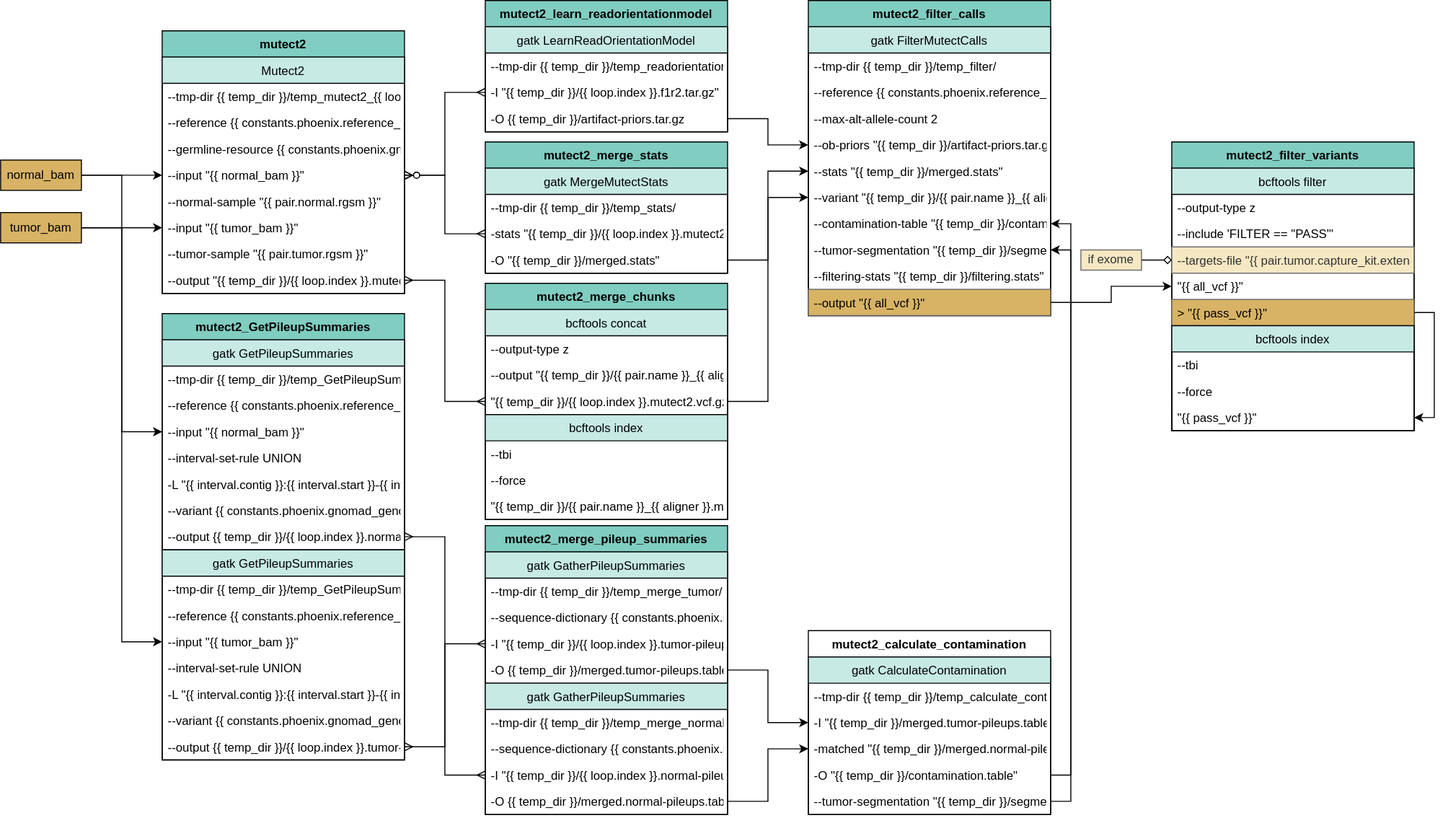
This is docs/source/phoenix/workflows/embed/Somatic_Mutect2.svg from bryce-turner/tgen-jetstream-docs, a draw.io export, as it was before one commit. Source tidied: cells renumbered, new cells last; positions are measured from the earlier drawing's top-left corner, leaving out a move shared by most shapes.
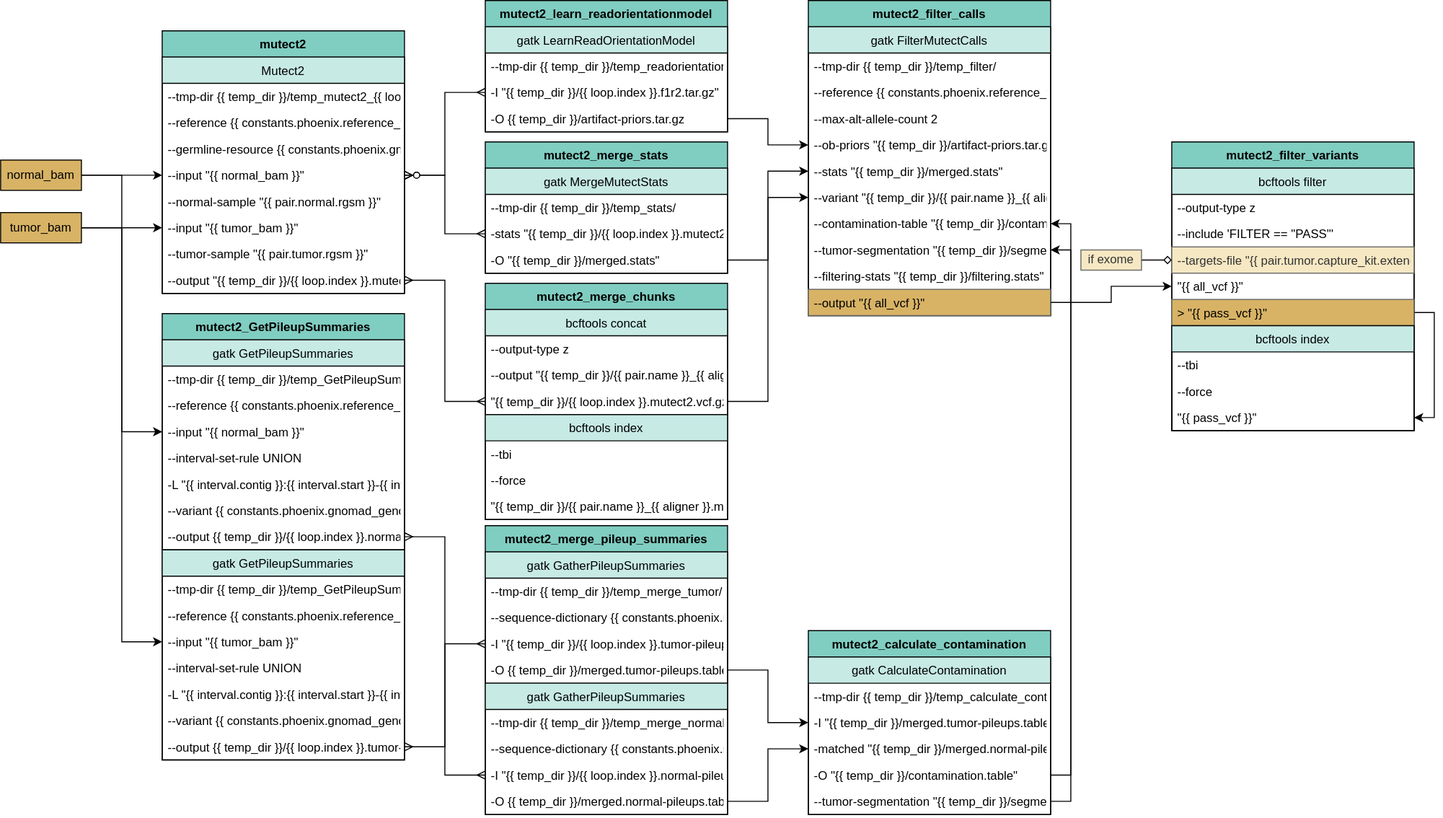
The same file after the commit.

Commit message:
Fixed task missing color scheme header

The edit, as a diff of the source:
```diff
@@ -197,7 +197,7 @@
     <mxCell id="66" value="-O {{ temp_dir }}/merged.normal-pileups.table.tsv" style="text;strokeColor=none;fillColor=none;align=left;verticalAlign=top;spacingLeft=4;spacingRight=4;overflow=hidden;points=[[0,0.5],[1,0.5]];portConstraint=eastwest;" parent="62" vertex="1">
       <mxGeometry y="104" width="240" height="26" as="geometry" />
     </mxCell>
-    <mxCell id="67" value="mutect2_calculate_contamination" style="swimlane;fontStyle=1;horizontal=1;startSize=26;fillColor=none;direction=east;" parent="1" vertex="1">
+    <mxCell id="67" value="mutect2_calculate_contamination" style="swimlane;fontStyle=1;horizontal=1;startSize=26;fillColor=#80cdc1;direction=east;" parent="1" vertex="1">
       <mxGeometry x="800" y="624" width="240" height="182" as="geometry" />
     </mxCell>
     <mxCell id="68" value="gatk CalculateContamination" style="swimlane;fontStyle=0;horizontal=1;startSize=26;fillColor=#c7eae5;" parent="67" vertex="1">
```
